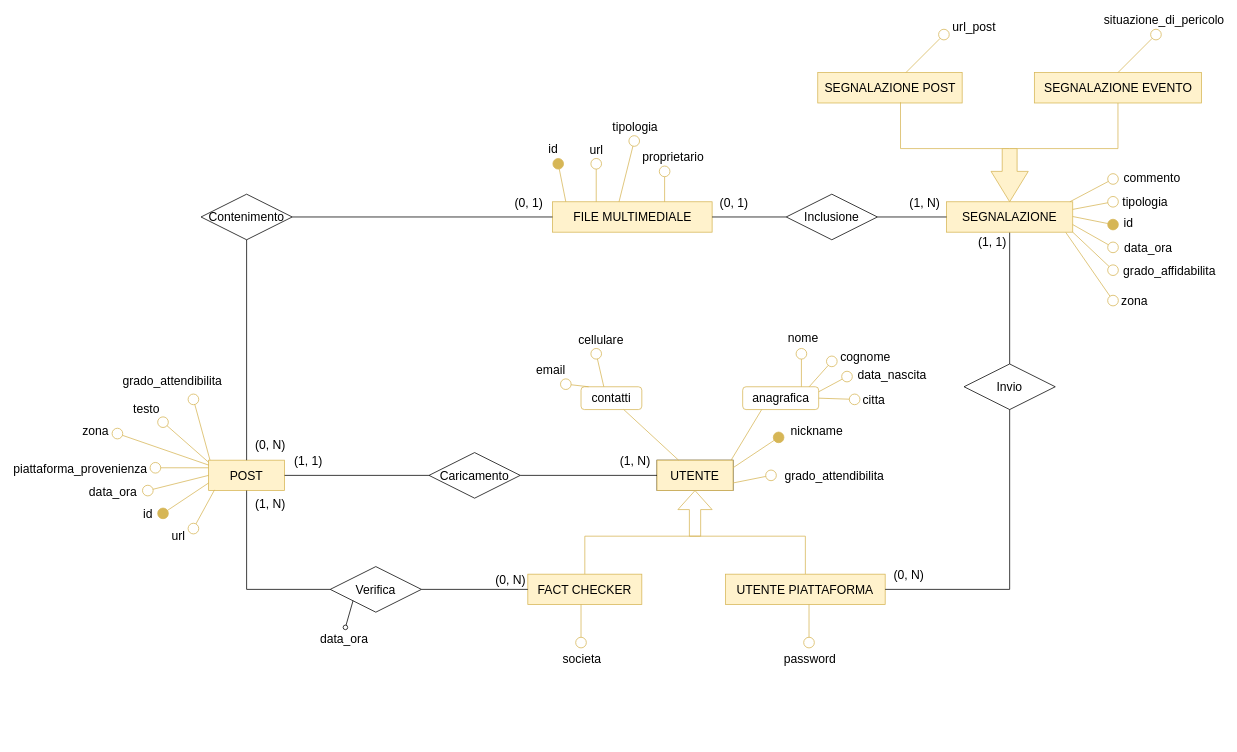
This is page "Diag. Social network" (6 of 7) of diagramma-er.drawio from faffolao/ProgettoBD2022, a draw.io file, before an edit. Source tidied: cells renumbered, new cells numbered last; positions are measured from the earlier drawing's top-left corner, leaving out a move shared by most shapes. Both pictures are drawn from the tidied source at 76%, with x=0, y=0 at pixel (117, 34).
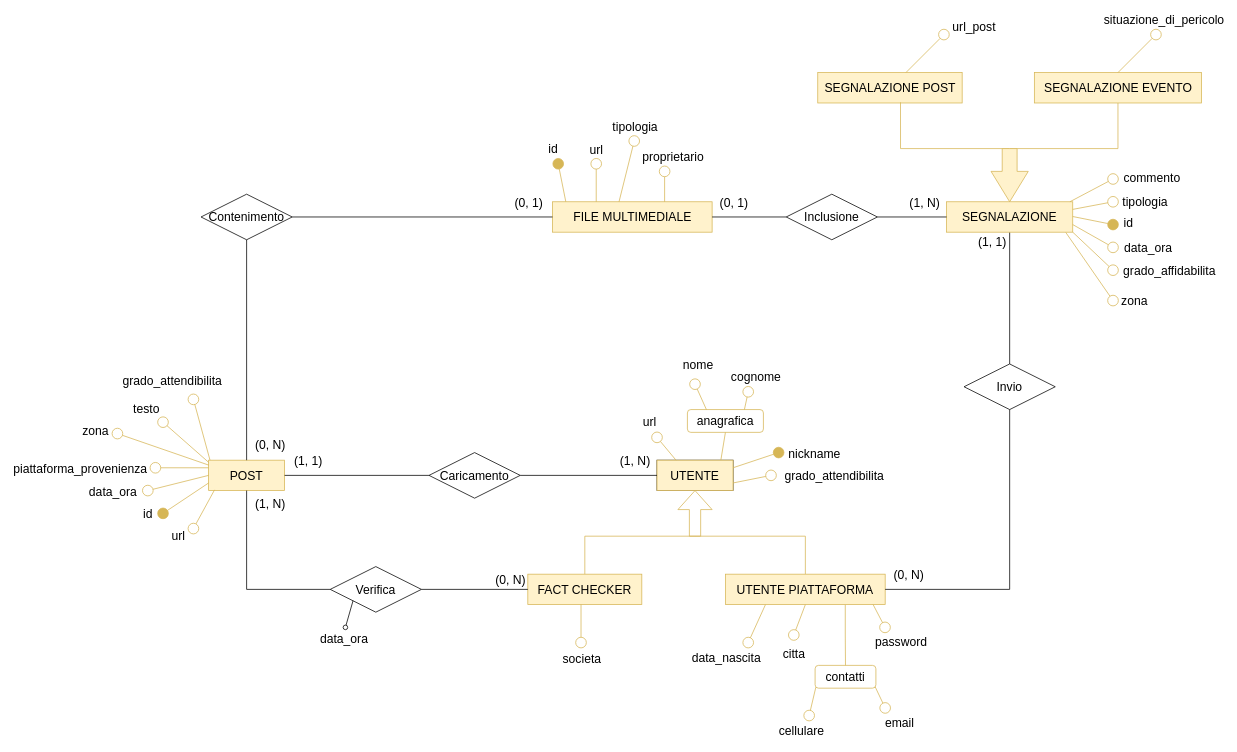
The same page after the edit.

Unchanged cells that the change refers to:
```xml
<mxCell id="2" value="UTENTE" style="whiteSpace=wrap;html=1;align=center;fontSize=16;fillColor=none;" parent="1" vertex="1">
  <mxGeometry x="710" y="560" width="100" height="40" as="geometry" />
</mxCell>
<mxCell id="7" value="UTENTE PIATTAFORMA" style="whiteSpace=wrap;html=1;align=center;fontSize=16;fillColor=#fff2cc;strokeColor=#d6b656;" parent="1" vertex="1">
  <mxGeometry x="800.2" y="710" width="210" height="40" as="geometry" />
</mxCell>
<mxCell id="10" value="UTENTE" style="whiteSpace=wrap;html=1;align=center;fontSize=16;fillColor=#fff2cc;strokeColor=#d6b656;" parent="1" vertex="1">
  <mxGeometry x="710" y="560" width="100" height="40" as="geometry" />
</mxCell>
```

Diff of the diagram source:
```diff
@@
+    <mxCell id="104" style="edgeStyle=orthogonalEdgeStyle;rounded=0;jettySize=auto;html=1;exitX=0.75;exitY=1;exitDx=0;exitDy=0;entryX=0.5;entryY=0;entryDx=0;entryDy=0;fillColor=#fff2cc;strokeColor=#d6b656;endArrow=none;endFill=0;" parent="1" edge="1" source="7" target="23">
+      <mxGeometry relative="1" as="geometry" />
+    </mxCell>
@@
-    <mxCell id="8" style="endArrow=none;html=1;strokeColor=#d6b656;strokeWidth=1;fontSize=12;startSize=14;endSize=14;startArrow=oval;startFill=0;fillColor=#fff2cc;" parent="1" edge="1">
+    <mxCell id="8" style="endArrow=none;html=1;strokeColor=#d6b656;strokeWidth=1;fontSize=12;startSize=14;endSize=14;startArrow=oval;startFill=0;fillColor=#fff2cc;entryX=0.924;entryY=0.995;entryDx=0;entryDy=0;entryPerimeter=0;" parent="1" edge="1" target="7">
       <mxGeometry relative="1" as="geometry">
-        <mxPoint x="910" y="800" as="sourcePoint" />
-        <mxPoint x="910" y="750" as="targetPoint" />
+        <mxPoint x="1010" y="780" as="sourcePoint" />
       </mxGeometry>
     </mxCell>
     <mxCell id="9" value="password" style="edgeLabel;html=1;align=center;verticalAlign=middle;fontSize=16;" parent="8" vertex="1">
       <mxGeometry x="0.46" relative="1" as="geometry">
-        <mxPoint y="57" as="offset" />
+        <mxPoint x="32" y="41" as="offset" />
       </mxGeometry>
     </mxCell>
@@
     <mxCell id="11" style="endArrow=oval;html=1;strokeColor=#d6b656;strokeWidth=1;fontSize=12;startSize=14;endSize=14;endFill=1;fillColor=#fff2cc;exitX=1;exitY=0.25;exitDx=0;exitDy=0;" parent="1" edge="1" source="10">
       <mxGeometry relative="1" as="geometry">
-        <mxPoint x="870" y="530" as="targetPoint" />
+        <mxPoint x="870" y="550" as="targetPoint" />
       </mxGeometry>
     </mxCell>
     <mxCell id="12" value="nickname" style="edgeLabel;html=1;align=center;verticalAlign=middle;fontSize=16;" parent="11" vertex="1">
       <mxGeometry x="0.5" relative="1" as="geometry">
-        <mxPoint x="65" y="-20" as="offset" />
+        <mxPoint x="62" y="-5" as="offset" />
       </mxGeometry>
     </mxCell>
-    <mxCell id="13" style="endArrow=oval;html=1;strokeColor=#d6b656;strokeWidth=1;fontSize=12;startSize=14;endSize=14;endFill=0;fillColor=#fff2cc;" parent="1" edge="1">
+    <mxCell id="13" style="endArrow=oval;html=1;strokeColor=#d6b656;strokeWidth=1;fontSize=12;startSize=14;endSize=14;endFill=0;fillColor=#fff2cc;exitX=0.25;exitY=0;exitDx=0;exitDy=0;" parent="1" edge="1" source="22">
       <mxGeometry relative="1" as="geometry">
-        <mxPoint x="900" y="463.4" as="sourcePoint" />
-        <mxPoint x="900" y="420" as="targetPoint" />
+        <mxPoint x="760" y="460" as="targetPoint" />
       </mxGeometry>
     </mxCell>
     <mxCell id="14" value="nome" style="edgeLabel;html=1;align=center;verticalAlign=middle;fontSize=16;" parent="13" vertex="1">
       <mxGeometry x="0.45" y="1" relative="1" as="geometry">
-        <mxPoint x="2" y="-34" as="offset" />
+        <mxPoint y="-36" as="offset" />
       </mxGeometry>
     </mxCell>
-    <mxCell id="15" style="endArrow=none;html=1;strokeColor=#d6b656;strokeWidth=1;fontSize=12;startSize=14;endSize=14;exitX=0.75;exitY=0;exitDx=0;exitDy=0;entryX=0.25;entryY=1;entryDx=0;entryDy=0;fillColor=#fff2cc;" parent="1" edge="1" target="22">
-      <mxGeometry relative="1" as="geometry">
-        <mxPoint x="807.5" y="560" as="sourcePoint" />
-      </mxGeometry>
+    <mxCell id="15" style="endArrow=none;html=1;strokeColor=#d6b656;strokeWidth=1;fontSize=12;startSize=14;endSize=14;exitX=0.84;exitY=-0.003;exitDx=0;exitDy=0;entryX=0.5;entryY=1;entryDx=0;entryDy=0;fillColor=#fff2cc;exitPerimeter=0;" parent="1" edge="1" source="2" target="22">
+      <mxGeometry relative="1" as="geometry" />
     </mxCell>
-    <mxCell id="16" style="endArrow=oval;html=1;strokeColor=#d6b656;strokeWidth=1;fontSize=12;startSize=14;endSize=14;endFill=0;fillColor=#fff2cc;" parent="1" edge="1">
+    <mxCell id="16" style="endArrow=oval;html=1;strokeColor=#d6b656;strokeWidth=1;fontSize=12;startSize=14;endSize=14;endFill=0;fillColor=#fff2cc;exitX=0.75;exitY=0;exitDx=0;exitDy=0;" parent="1" edge="1" source="22">
       <mxGeometry relative="1" as="geometry">
-        <mxPoint x="910.2" y="463.4" as="sourcePoint" />
-        <mxPoint x="940" y="430" as="targetPoint" />
+        <mxPoint x="830" y="470" as="targetPoint" />
       </mxGeometry>
     </mxCell>
     <mxCell id="17" value="cognome" style="edgeLabel;html=1;align=center;verticalAlign=middle;fontSize=16;" parent="16" vertex="1">
       <mxGeometry x="0.49" y="1" relative="1" as="geometry">
-        <mxPoint x="52" y="-15" as="offset" />
+        <mxPoint x="12" y="-26" as="offset" />
       </mxGeometry>
     </mxCell>
-    <mxCell id="18" style="endArrow=oval;html=1;strokeColor=#d6b656;strokeWidth=1;fontSize=12;startSize=14;endSize=14;endFill=0;fillColor=#fff2cc;" parent="1" edge="1">
+    <mxCell id="18" style="endArrow=oval;html=1;strokeColor=#d6b656;strokeWidth=1;fontSize=12;startSize=14;endSize=14;endFill=0;fillColor=#fff2cc;exitX=0.25;exitY=1;exitDx=0;exitDy=0;" parent="1" edge="1" source="7">
       <mxGeometry relative="1" as="geometry">
-        <mxPoint x="922.7" y="470" as="sourcePoint" />
-        <mxPoint x="960" y="450" as="targetPoint" />
+        <mxPoint x="830" y="800" as="targetPoint" />
       </mxGeometry>
     </mxCell>
     <mxCell id="19" value="data_nascita" style="edgeLabel;html=1;align=center;verticalAlign=middle;fontSize=16;" parent="18" vertex="1">
       <mxGeometry x="0.47" relative="1" as="geometry">
-        <mxPoint x="68" y="-8" as="offset" />
+        <mxPoint x="-36" y="33" as="offset" />
       </mxGeometry>
     </mxCell>
-    <mxCell id="20" style="endArrow=oval;html=1;strokeColor=#d6b656;strokeWidth=1;fontSize=12;startSize=14;endSize=14;endFill=0;exitX=1;exitY=0.5;exitDx=0;exitDy=0;fillColor=#fff2cc;" parent="1" edge="1" source="22">
+    <mxCell id="20" style="endArrow=oval;html=1;strokeColor=#d6b656;strokeWidth=1;fontSize=12;startSize=14;endSize=14;endFill=0;exitX=0.5;exitY=1;exitDx=0;exitDy=0;fillColor=#fff2cc;" parent="1" edge="1" source="7">
       <mxGeometry relative="1" as="geometry">
-        <mxPoint x="970" y="480" as="targetPoint" />
+        <mxPoint x="890" y="790" as="targetPoint" />
       </mxGeometry>
     </mxCell>
     <mxCell id="21" value="citta" style="edgeLabel;html=1;align=center;verticalAlign=middle;fontSize=16;" parent="20" vertex="1">
       <mxGeometry x="0.52" y="-1" relative="1" as="geometry">
-        <mxPoint x="36" y="-1" as="offset" />
+        <mxPoint x="-3" y="34" as="offset" />
       </mxGeometry>
     </mxCell>
     <mxCell id="22" value="anagrafica" style="rounded=1;whiteSpace=wrap;html=1;fontSize=16;fillColor=none;strokeColor=#d6b656;" parent="1" vertex="1">
-      <mxGeometry x="822.7" y="463.4" width="100" height="30" as="geometry" />
+      <mxGeometry x="750" y="493.4" width="100" height="30" as="geometry" />
     </mxCell>
     <mxCell id="23" value="contatti" style="rounded=1;whiteSpace=wrap;html=1;fontSize=16;fillColor=none;strokeColor=#d6b656;" parent="1" vertex="1">
-      <mxGeometry x="610" y="463.4" width="80" height="30" as="geometry" />
+      <mxGeometry x="918" y="830" width="80" height="30" as="geometry" />
     </mxCell>
-    <mxCell id="24" style="endArrow=oval;html=1;strokeColor=#d6b656;strokeWidth=1;fontSize=12;startSize=14;endSize=14;endFill=0;fillColor=#fff2cc;" parent="1" edge="1">
+    <mxCell id="24" style="endArrow=oval;html=1;strokeColor=#d6b656;strokeWidth=1;fontSize=12;startSize=14;endSize=14;endFill=0;fillColor=#fff2cc;exitX=0.012;exitY=0.958;exitDx=0;exitDy=0;exitPerimeter=0;" parent="1" edge="1" source="23">
       <mxGeometry relative="1" as="geometry">
-        <mxPoint x="640" y="463.4" as="sourcePoint" />
-        <mxPoint x="630" y="420" as="targetPoint" />
+        <mxPoint x="910.2" y="896" as="targetPoint" />
       </mxGeometry>
     </mxCell>
     <mxCell id="25" value="cellulare" style="edgeLabel;html=1;align=center;verticalAlign=middle;fontSize=16;" parent="24" vertex="1">
       <mxGeometry x="0.51" relative="1" as="geometry">
-        <mxPoint x="3" y="-30" as="offset" />
+        <mxPoint x="-13" y="29" as="offset" />
       </mxGeometry>
     </mxCell>
-    <mxCell id="26" style="endArrow=oval;html=1;strokeColor=#d6b656;strokeWidth=1;fontSize=12;startSize=14;endSize=14;endFill=0;fillColor=#fff2cc;" parent="1" edge="1">
+    <mxCell id="26" style="endArrow=oval;html=1;strokeColor=#d6b656;strokeWidth=1;fontSize=12;startSize=14;endSize=14;endFill=0;fillColor=#fff2cc;exitX=0.987;exitY=0.936;exitDx=0;exitDy=0;exitPerimeter=0;" parent="1" edge="1" source="23">
       <mxGeometry relative="1" as="geometry">
-        <mxPoint x="620" y="463.4" as="sourcePoint" />
-        <mxPoint x="590" y="460" as="targetPoint" />
+        <mxPoint x="1010.2" y="886" as="targetPoint" />
       </mxGeometry>
     </mxCell>
     <mxCell id="27" value="email" style="edgeLabel;html=1;align=center;verticalAlign=middle;fontSize=16;" parent="26" vertex="1">
       <mxGeometry x="0.36" y="1" relative="1" as="geometry">
-        <mxPoint x="-30" y="-22" as="offset" />
+        <mxPoint x="22" y="29" as="offset" />
       </mxGeometry>
     </mxCell>
@@
-    <mxCell id="54" style="endArrow=none;html=1;rounded=0;strokeColor=#d6b656;strokeWidth=1;fontSize=12;startSize=14;endSize=14;fillColor=#fff2cc;" parent="1" edge="1" source="10" target="23">
-      <mxGeometry relative="1" as="geometry" />
-    </mxCell>
@@
+    <mxCell id="105" style="endArrow=oval;html=1;strokeColor=#d6b656;strokeWidth=1;fontSize=12;startSize=14;endSize=14;endFill=0;fillColor=#fff2cc;exitX=0.25;exitY=0;exitDx=0;exitDy=0;" parent="1" edge="1" source="10">
+      <mxGeometry relative="1" as="geometry">
+        <mxPoint x="710" y="530" as="targetPoint" />
+      </mxGeometry>
+    </mxCell>
+    <mxCell id="106" value="url" style="edgeLabel;html=1;align=center;verticalAlign=middle;fontSize=16;" parent="105" vertex="1">
+      <mxGeometry x="0.47" y="1" relative="1" as="geometry">
+        <mxPoint x="-16" y="-30" as="offset" />
+      </mxGeometry>
+    </mxCell>
```
